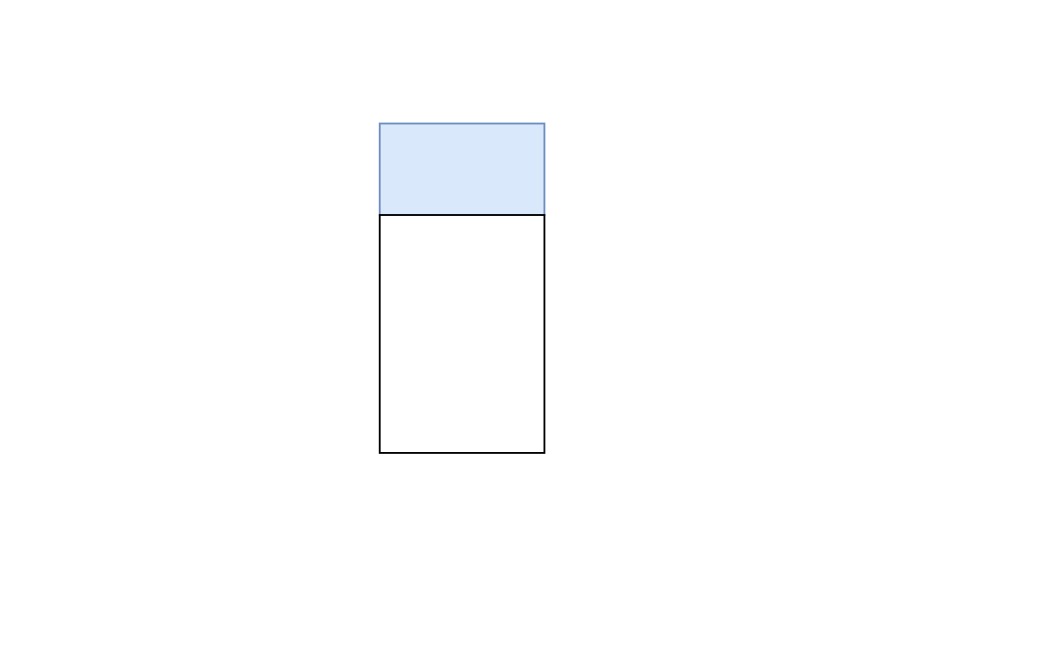
Above: flash_use.drawio in woshitanwang/pics_procdure (draw.io), before the change. Source tidied: cells renumbered, new cells numbered last; positions are measured from the earlier drawing's top-left corner, leaving out a move shared by most shapes. Both pictures are drawn from the tidied source at 183%, with x=0, y=0 at pixel (379, 123).
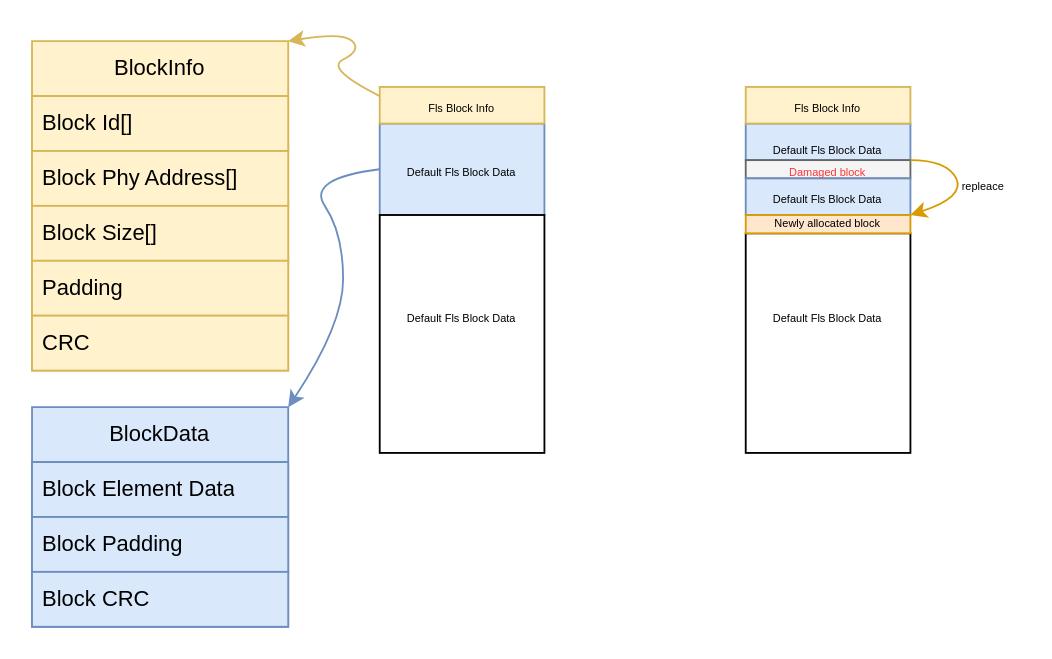
Above is the later version.

Diff of the diagram source:
```diff
@@
+    <mxCell id="4" style="rounded=0;whiteSpace=wrap;html=1;fillColor=#fff2cc;strokeColor=#d6b656;" parent="1" vertex="1">
+      <mxGeometry y="-20" width="90" height="20" as="geometry" />
+    </mxCell>
+    <mxCell id="5" value="&lt;font style=&quot;font-size: 6px;&quot;&gt;Fls Block Info&lt;/font&gt;" style="text;html=1;strokeColor=none;fillColor=none;align=center;verticalAlign=middle;whiteSpace=wrap;rounded=0;labelBackgroundColor=none;fontColor=default;" parent="1" vertex="1">
+      <mxGeometry x="25" y="-15" width="40" height="10" as="geometry" />
+    </mxCell>
+    <mxCell id="6" value="&lt;font style=&quot;font-size: 6px;&quot;&gt;Default Fls Block Data&lt;/font&gt;" style="text;html=1;strokeColor=none;fillColor=none;align=center;verticalAlign=middle;whiteSpace=wrap;rounded=0;labelBackgroundColor=none;" parent="1" vertex="1">
+      <mxGeometry y="20" width="90" height="10" as="geometry" />
+    </mxCell>
+    <mxCell id="7" value="&lt;font style=&quot;font-size: 6px;&quot;&gt;Default Fls Block Data&lt;/font&gt;" style="text;html=1;strokeColor=none;fillColor=none;align=center;verticalAlign=middle;whiteSpace=wrap;rounded=0;labelBackgroundColor=none;" parent="1" vertex="1">
+      <mxGeometry y="100" width="90" height="10" as="geometry" />
+    </mxCell>
+    <mxCell id="8" value="BlockInfo" style="swimlane;fontStyle=0;horizontal=1;startSize=30;whiteSpace=wrap;html=1;fillColor=#fff2cc;strokeColor=#d6b656;" parent="1" vertex="1">
+      <mxGeometry x="-190" y="-45" width="140" height="180" as="geometry" />
+    </mxCell>
+    <mxCell id="9" value="Block Id[]" style="text;strokeColor=#d6b656;fillColor=#fff2cc;align=left;verticalAlign=middle;spacingLeft=4;spacingRight=4;overflow=hidden;whiteSpace=wrap;html=1;" parent="8" vertex="1">
+      <mxGeometry y="30" width="140" height="30" as="geometry" />
+    </mxCell>
+    <mxCell id="10" value="Block Phy Address[]" style="text;strokeColor=#d6b656;fillColor=#fff2cc;align=left;verticalAlign=middle;spacingLeft=4;spacingRight=4;overflow=hidden;whiteSpace=wrap;html=1;" parent="8" vertex="1">
+      <mxGeometry y="60" width="140" height="30" as="geometry" />
+    </mxCell>
+    <mxCell id="11" value="Block Size[]" style="text;strokeColor=#d6b656;fillColor=#fff2cc;align=left;verticalAlign=middle;spacingLeft=4;spacingRight=4;overflow=hidden;whiteSpace=wrap;html=1;" parent="8" vertex="1">
+      <mxGeometry y="90" width="140" height="30" as="geometry" />
+    </mxCell>
+    <mxCell id="12" value="Padding" style="text;strokeColor=#d6b656;fillColor=#fff2cc;align=left;verticalAlign=middle;spacingLeft=4;spacingRight=4;overflow=hidden;whiteSpace=wrap;html=1;" parent="8" vertex="1">
+      <mxGeometry y="120" width="140" height="30" as="geometry" />
+    </mxCell>
+    <mxCell id="13" value="CRC" style="text;strokeColor=#d6b656;fillColor=#fff2cc;align=left;verticalAlign=middle;spacingLeft=4;spacingRight=4;overflow=hidden;whiteSpace=wrap;html=1;" parent="8" vertex="1">
+      <mxGeometry y="150" width="140" height="30" as="geometry" />
+    </mxCell>
+    <mxCell id="14" value="BlockData" style="swimlane;fontStyle=0;horizontal=1;startSize=30;whiteSpace=wrap;html=1;fillColor=#dae8fc;strokeColor=#6c8ebf;" parent="1" vertex="1">
+      <mxGeometry x="-190" y="155" width="140" height="120" as="geometry" />
+    </mxCell>
+    <mxCell id="15" value="Block Element Data" style="text;strokeColor=#6c8ebf;fillColor=#dae8fc;align=left;verticalAlign=middle;spacingLeft=4;spacingRight=4;overflow=hidden;whiteSpace=wrap;html=1;" parent="14" vertex="1">
+      <mxGeometry y="30" width="140" height="30" as="geometry" />
+    </mxCell>
+    <mxCell id="16" value="Block Padding" style="text;strokeColor=#6c8ebf;fillColor=#dae8fc;align=left;verticalAlign=middle;spacingLeft=4;spacingRight=4;overflow=hidden;whiteSpace=wrap;html=1;" parent="14" vertex="1">
+      <mxGeometry y="60" width="140" height="30" as="geometry" />
+    </mxCell>
+    <mxCell id="17" value="Block CRC" style="text;strokeColor=#6c8ebf;fillColor=#dae8fc;align=left;verticalAlign=middle;spacingLeft=4;spacingRight=4;overflow=hidden;whiteSpace=wrap;html=1;" parent="14" vertex="1">
+      <mxGeometry y="90" width="140" height="30" as="geometry" />
+    </mxCell>
+    <mxCell id="18" style="curved=1;endArrow=classic;html=1;rounded=0;entryX=1;entryY=0;entryDx=0;entryDy=0;fillColor=#fff2cc;strokeColor=#d6b656;exitX=0;exitY=0.25;exitDx=0;exitDy=0;" parent="1" edge="1" source="4" target="8">
+      <mxGeometry relative="1" as="geometry">
+        <Array as="points">
+          <mxPoint x="-30" y="-30" />
+          <mxPoint x="-10" y="-40" />
+          <mxPoint x="-20" y="-50" />
+        </Array>
+      </mxGeometry>
+    </mxCell>
+    <mxCell id="19" style="curved=1;endArrow=classic;html=1;rounded=0;entryX=1;entryY=0;entryDx=0;entryDy=0;fillColor=#dae8fc;strokeColor=#6c8ebf;exitX=0;exitY=0.5;exitDx=0;exitDy=0;" parent="1" edge="1" source="6" target="14">
+      <mxGeometry relative="1" as="geometry">
+        <Array as="points">
+          <mxPoint x="-40" y="30" />
+          <mxPoint x="-20" y="60" />
+          <mxPoint x="-20" y="110" />
+        </Array>
+      </mxGeometry>
+    </mxCell>
+    <mxCell id="20" style="rounded=0;whiteSpace=wrap;html=1;fillColor=#dae8fc;strokeColor=#6c8ebf;" parent="1" vertex="1">
+      <mxGeometry x="200" width="90" height="20" as="geometry" />
+    </mxCell>
+    <mxCell id="21" style="rounded=0;whiteSpace=wrap;html=1;" parent="1" vertex="1">
+      <mxGeometry x="200" y="60" width="90" height="120" as="geometry" />
+    </mxCell>
+    <mxCell id="22" style="rounded=0;whiteSpace=wrap;html=1;fillColor=#fff2cc;strokeColor=#d6b656;" parent="1" vertex="1">
+      <mxGeometry x="200" y="-20" width="90" height="20" as="geometry" />
+    </mxCell>
+    <mxCell id="23" value="&lt;font style=&quot;font-size: 6px;&quot;&gt;Fls Block Info&lt;/font&gt;" style="text;html=1;strokeColor=none;fillColor=none;align=center;verticalAlign=middle;whiteSpace=wrap;rounded=0;labelBackgroundColor=none;fontColor=default;" parent="1" vertex="1">
+      <mxGeometry x="225" y="-15" width="40" height="10" as="geometry" />
+    </mxCell>
+    <mxCell id="24" value="&lt;font style=&quot;font-size: 6px;&quot;&gt;Default Fls Block Data&lt;/font&gt;" style="text;html=1;strokeColor=none;fillColor=none;align=center;verticalAlign=middle;whiteSpace=wrap;rounded=0;labelBackgroundColor=none;" parent="1" vertex="1">
+      <mxGeometry x="200" y="10" width="90" height="5" as="geometry" />
+    </mxCell>
+    <mxCell id="25" value="&lt;font style=&quot;font-size: 6px;&quot;&gt;Default Fls Block Data&lt;/font&gt;" style="text;html=1;strokeColor=none;fillColor=none;align=center;verticalAlign=middle;whiteSpace=wrap;rounded=0;labelBackgroundColor=none;" parent="1" vertex="1">
+      <mxGeometry x="200" y="100" width="90" height="10" as="geometry" />
+    </mxCell>
+    <mxCell id="26" value="&lt;font style=&quot;font-size: 6px;&quot;&gt;Damaged block&lt;/font&gt;" style="rounded=0;whiteSpace=wrap;html=1;fillColor=#f5f5f5;fontColor=#FF3333;strokeColor=#666666;" parent="1" vertex="1">
+      <mxGeometry x="200" y="20" width="90" height="10" as="geometry" />
+    </mxCell>
+    <mxCell id="27" value="&lt;font style=&quot;font-size: 6px;&quot;&gt;Default Fls Block Data&lt;/font&gt;" style="rounded=0;whiteSpace=wrap;html=1;fillColor=#dae8fc;strokeColor=#6c8ebf;" parent="1" vertex="1">
+      <mxGeometry x="200" y="30" width="90" height="20" as="geometry" />
+    </mxCell>
+    <mxCell id="28" value="Newly allocated block" style="rounded=0;whiteSpace=wrap;html=1;fillColor=#ffe6cc;strokeColor=#d79b00;fontSize=6;" parent="1" vertex="1">
+      <mxGeometry x="200" y="50" width="90" height="10" as="geometry" />
+    </mxCell>
+    <mxCell id="29" style="curved=1;endArrow=classic;html=1;rounded=0;entryX=1;entryY=0;entryDx=0;entryDy=0;fillColor=#ffe6cc;strokeColor=#d79b00;" parent="1" edge="1" target="28">
+      <mxGeometry relative="1" as="geometry">
+        <mxPoint x="290" y="20" as="sourcePoint" />
+        <Array as="points">
+          <mxPoint x="310" y="20" />
+          <mxPoint x="320" y="40" />
+        </Array>
+      </mxGeometry>
+    </mxCell>
+    <mxCell id="30" value="repleace" style="text;html=1;strokeColor=none;fillColor=none;align=center;verticalAlign=middle;whiteSpace=wrap;rounded=0;fontSize=6;" parent="1" vertex="1">
+      <mxGeometry x="310" y="30" width="40" height="10" as="geometry" />
+    </mxCell>
```
